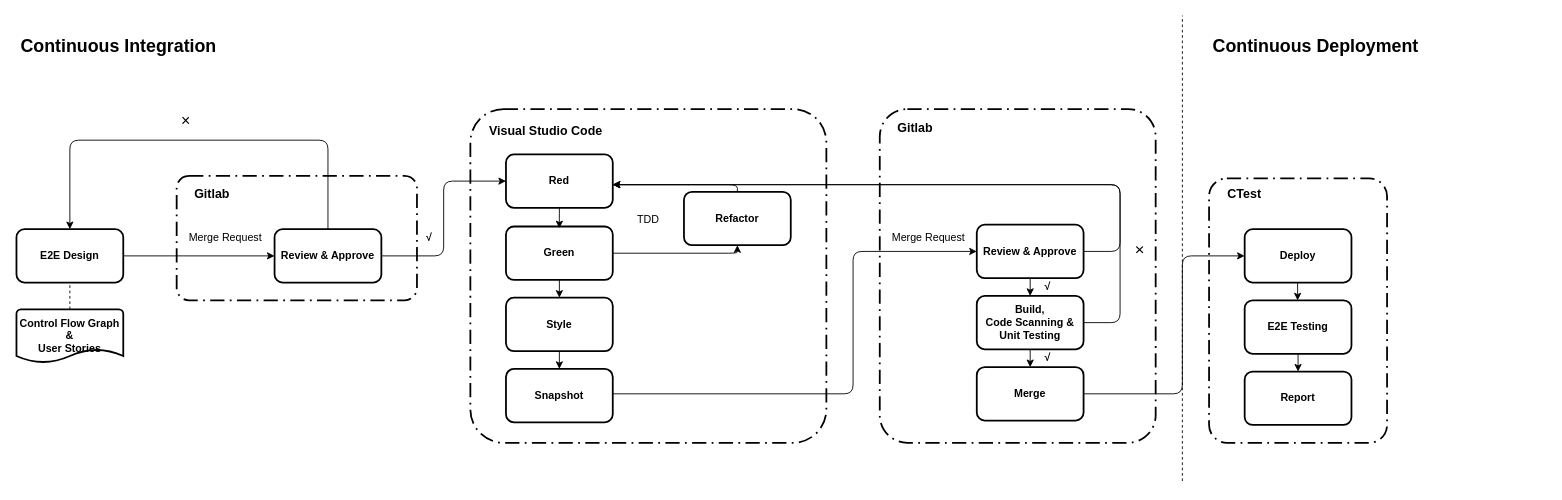
JaneZhang2/halo keeps this draw.io diagram as page "第 1 页" (1 of 6) of 未命名绘图.drawio. Above is the earlier version. Source tidied: cells renumbered, new cells numbered last; positions are measured from the earlier drawing's top-left corner, leaving out a move shared by most shapes. Both pictures are drawn from the tidied source at 89%, with x=0, y=0 at pixel (16, 15).
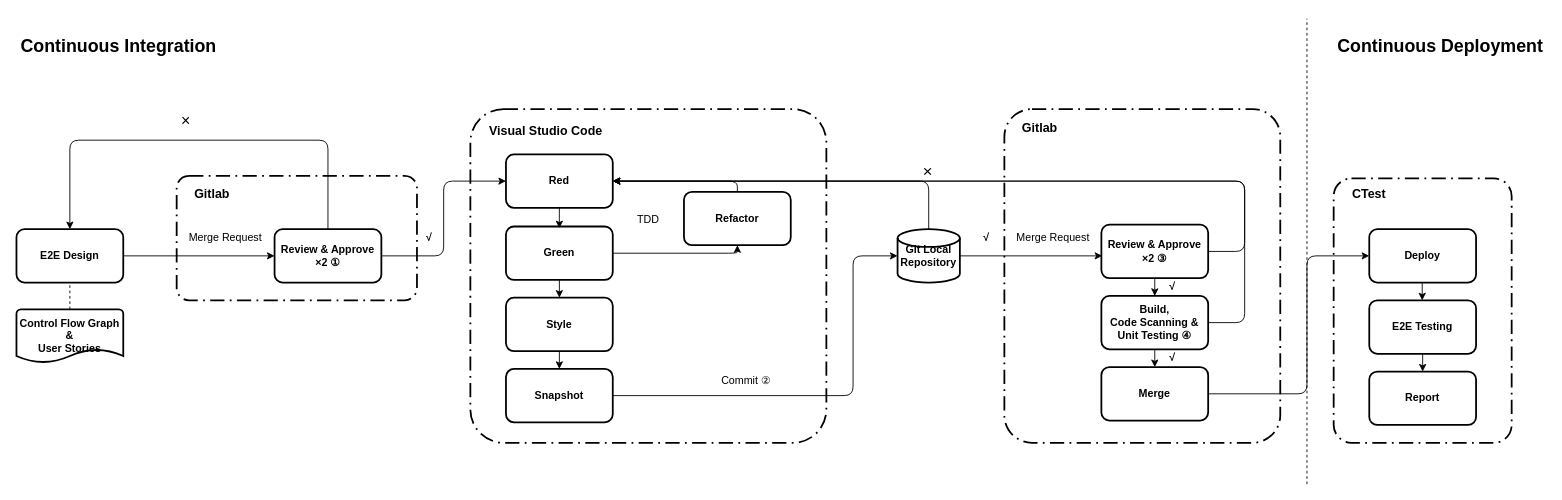
After the change.

Unchanged cells that the change refers to:
```xml
<mxCell id="12" value="&lt;b&gt;Refactor&lt;/b&gt;" style="rounded=1;whiteSpace=wrap;html=1;sketch=0;strokeWidth=2;fillColor=none;" parent="1" vertex="1">
  <mxGeometry x="750" y="198" width="120" height="60" as="geometry" />
</mxCell>
<mxCell id="13" value="&lt;b&gt;Red&lt;/b&gt;" style="rounded=1;whiteSpace=wrap;html=1;sketch=0;strokeWidth=2;fillColor=none;" parent="1" vertex="1">
  <mxGeometry x="550" y="156" width="120" height="60" as="geometry" />
</mxCell>
<mxCell id="39" value="&lt;b&gt;Snapshot&lt;/b&gt;" style="rounded=1;whiteSpace=wrap;html=1;sketch=0;strokeWidth=2;fillColor=none;" parent="1" vertex="1">
  <mxGeometry x="550" y="397" width="120" height="60" as="geometry" />
</mxCell>
```

Change to the diagram source:
```diff
@@
     <mxCell id="3" style="rounded=1;arcSize=10;dashed=1;strokeColor=#000000;fillColor=none;gradientColor=none;dashPattern=8 3 1 3;strokeWidth=2;sketch=0;" parent="1" vertex="1">
-      <mxGeometry x="1340" y="183" width="200" height="297" as="geometry" />
+      <mxGeometry x="1480" y="183" width="200" height="297" as="geometry" />
     </mxCell>
@@
     <mxCell id="5" style="rounded=1;arcSize=10;dashed=1;strokeColor=#000000;fillColor=none;gradientColor=none;dashPattern=8 3 1 3;strokeWidth=2;sketch=0;" parent="1" vertex="1">
-      <mxGeometry x="970" y="105" width="310" height="375" as="geometry" />
+      <mxGeometry x="1110" y="105" width="310" height="375" as="geometry" />
     </mxCell>
@@
-    <mxCell id="8" value="&lt;b&gt;Review &amp;amp; Approve&lt;/b&gt;" style="rounded=1;whiteSpace=wrap;html=1;sketch=0;strokeWidth=2;fillColor=none;" parent="1" vertex="1">
+    <mxCell id="8" value="&lt;b&gt;Review &amp;amp; Approve&lt;br&gt;&lt;/b&gt;&lt;font style=&quot;font-size: 12px&quot;&gt;&lt;b&gt;×2 ①&lt;/b&gt;&lt;/font&gt;&lt;b&gt;&lt;br&gt;&lt;/b&gt;" style="rounded=1;whiteSpace=wrap;html=1;sketch=0;strokeWidth=2;fillColor=none;" parent="1" vertex="1">
       <mxGeometry x="290" y="240" width="120" height="60" as="geometry" />
     </mxCell>
@@
-    <mxCell id="15" value="&lt;b&gt;Build,&lt;br&gt;Code Scanning &amp;amp; Unit Testing&lt;br&gt;&lt;/b&gt;" style="rounded=1;whiteSpace=wrap;html=1;sketch=0;strokeWidth=2;fillColor=none;" parent="1" vertex="1">
-      <mxGeometry x="1079" y="315" width="120" height="60" as="geometry" />
+    <mxCell id="15" value="&lt;b&gt;Build,&lt;br&gt;Code Scanning &amp;amp; Unit Testing ④&lt;br&gt;&lt;/b&gt;" style="rounded=1;whiteSpace=wrap;html=1;sketch=0;strokeWidth=2;fillColor=none;" parent="1" vertex="1">
+      <mxGeometry x="1219" y="315" width="120" height="60" as="geometry" />
     </mxCell>
     <mxCell id="16" value="Merge Request" style="text;html=1;strokeColor=none;fillColor=none;align=center;verticalAlign=middle;whiteSpace=wrap;rounded=0;sketch=0;" parent="1" vertex="1">
-      <mxGeometry x="980" y="240" width="90" height="20" as="geometry" />
+      <mxGeometry x="1120" y="240" width="90" height="20" as="geometry" />
     </mxCell>
@@
-    <mxCell id="20" value="&lt;b&gt;Review &amp;amp; Approve&lt;/b&gt;" style="rounded=1;whiteSpace=wrap;html=1;sketch=0;strokeWidth=2;fillColor=none;" parent="1" vertex="1">
-      <mxGeometry x="1079" y="235" width="120" height="60" as="geometry" />
+    <mxCell id="20" value="&lt;b&gt;Review &amp;amp; Approve&lt;br&gt;&lt;/b&gt;&lt;b&gt;×2 ③&lt;/b&gt;&lt;b&gt;&lt;br&gt;&lt;/b&gt;" style="rounded=1;whiteSpace=wrap;html=1;sketch=0;strokeWidth=2;fillColor=none;" parent="1" vertex="1">
+      <mxGeometry x="1219" y="235" width="120" height="60" as="geometry" />
     </mxCell>
     <mxCell id="21" value="&lt;b&gt;Merge&lt;/b&gt;" style="rounded=1;whiteSpace=wrap;html=1;sketch=0;strokeWidth=2;fillColor=none;" parent="1" vertex="1">
-      <mxGeometry x="1079" y="395" width="120" height="60" as="geometry" />
+      <mxGeometry x="1219" y="395" width="120" height="60" as="geometry" />
     </mxCell>
@@
-    <mxCell id="25" value="&lt;font style=&quot;font-size: 18px&quot;&gt;×&lt;/font&gt;" style="text;html=1;align=center;verticalAlign=middle;rotation=90;" parent="1" vertex="1">
-      <mxGeometry x="1247" y="253" width="30" height="20" as="geometry" />
-    </mxCell>
     <mxCell id="26" value="&lt;b&gt;&lt;font style=&quot;font-size: 14px&quot;&gt;Gitlab&lt;/font&gt;&lt;/b&gt;" style="text;html=1;strokeColor=none;fillColor=none;align=center;verticalAlign=middle;whiteSpace=wrap;rounded=0;sketch=0;" parent="1" vertex="1">
-      <mxGeometry x="990" y="116" width="40" height="20" as="geometry" />
+      <mxGeometry x="1130" y="116" width="40" height="20" as="geometry" />
     </mxCell>
     <mxCell id="27" value="&lt;b&gt;E2E Testing&lt;/b&gt;" style="rounded=1;whiteSpace=wrap;html=1;sketch=0;strokeWidth=2;fillColor=none;" parent="1" vertex="1">
-      <mxGeometry x="1380" y="320" width="120" height="60" as="geometry" />
+      <mxGeometry x="1520" y="320" width="120" height="60" as="geometry" />
     </mxCell>
     <mxCell id="28" value="&lt;b&gt;Deploy&lt;/b&gt;" style="rounded=1;whiteSpace=wrap;html=1;sketch=0;strokeWidth=2;fillColor=none;" parent="1" vertex="1">
-      <mxGeometry x="1380" y="240" width="120" height="60" as="geometry" />
+      <mxGeometry x="1520" y="240" width="120" height="60" as="geometry" />
     </mxCell>
-    <mxCell id="29" value="&lt;b&gt;&lt;font style=&quot;font-size: 12px&quot;&gt;√&lt;/font&gt;&lt;/b&gt;" style="text;html=1;strokeColor=none;fillColor=none;align=center;verticalAlign=middle;whiteSpace=wrap;rounded=0;sketch=0;" parent="1" vertex="1">
-      <mxGeometry x="1139" y="295" width="40" height="20" as="geometry" />
+    <mxCell id="29" value="&lt;b&gt;√&lt;/b&gt;" style="text;html=1;strokeColor=none;fillColor=none;align=center;verticalAlign=middle;whiteSpace=wrap;rounded=0;sketch=0;" parent="1" vertex="1">
+      <mxGeometry x="1279" y="295" width="40" height="20" as="geometry" />
     </mxCell>
-    <mxCell id="30" value="&lt;b&gt;&lt;font style=&quot;font-size: 12px&quot;&gt;√&lt;/font&gt;&lt;/b&gt;" style="text;html=1;strokeColor=none;fillColor=none;align=center;verticalAlign=middle;whiteSpace=wrap;rounded=0;sketch=0;" parent="1" vertex="1">
-      <mxGeometry x="1139" y="375" width="40" height="20" as="geometry" />
+    <mxCell id="30" value="&lt;b&gt;√&lt;/b&gt;" style="text;html=1;strokeColor=none;fillColor=none;align=center;verticalAlign=middle;whiteSpace=wrap;rounded=0;sketch=0;" parent="1" vertex="1">
+      <mxGeometry x="1279" y="375" width="40" height="20" as="geometry" />
     </mxCell>
     <mxCell id="31" value="&lt;b&gt;&lt;font style=&quot;font-size: 14px&quot;&gt;CTest&lt;/font&gt;&lt;/b&gt;" style="text;html=1;strokeColor=none;fillColor=none;align=center;verticalAlign=middle;whiteSpace=wrap;rounded=0;sketch=0;" parent="1" vertex="1">
-      <mxGeometry x="1360" y="190" width="40" height="20" as="geometry" />
+      <mxGeometry x="1500" y="190" width="40" height="20" as="geometry" />
     </mxCell>
@@
     <mxCell id="33" value="&lt;font style=&quot;font-size: 20px&quot;&gt;&lt;b&gt;Continuous Deployment&lt;/b&gt;&lt;/font&gt;" style="text;html=1;strokeColor=none;fillColor=none;align=center;verticalAlign=middle;whiteSpace=wrap;rounded=0;sketch=0;" parent="1" vertex="1">
-      <mxGeometry x="1340" y="23" width="240" height="20" as="geometry" />
+      <mxGeometry x="1480" y="23" width="240" height="20" as="geometry" />
     </mxCell>
     <mxCell id="34" style="endArrow=classic;html=1;" parent="1" edge="1">
       <mxGeometry relative="1" as="geometry">
-        <mxPoint x="1439.5" y="300" as="sourcePoint" />
-        <mxPoint x="1439.5" y="320" as="targetPoint" />
+        <mxPoint x="1579.5" y="300" as="sourcePoint" />
+        <mxPoint x="1579.5" y="320" as="targetPoint" />
       </mxGeometry>
     </mxCell>
@@
-    <mxCell id="42" style="edgeStyle=elbowEdgeStyle;elbow=horizontal;endArrow=classic;html=1;" parent="1" edge="1" target="20">
+    <mxCell id="42" style="edgeStyle=elbowEdgeStyle;elbow=horizontal;endArrow=classic;html=1;exitX=1;exitY=0.5;exitDx=0;exitDy=0;entryX=0;entryY=0.5;entryDx=0;entryDy=0;entryPerimeter=0;" parent="1" edge="1" source="39" target="52">
       <mxGeometry relative="1" as="geometry">
-        <mxPoint x="670" y="425" as="sourcePoint" />
         <Array as="points">
           <mxPoint x="940" y="350" />
         </Array>
       </mxGeometry>
     </mxCell>
     <mxCell id="43" style="edgeStyle=elbowEdgeStyle;elbow=horizontal;endArrow=classic;html=1;exitX=1;exitY=0.5;exitDx=0;exitDy=0;" parent="1" edge="1" source="20">
       <mxGeometry relative="1" as="geometry">
-        <mxPoint x="670" y="190" as="targetPoint" />
+        <mxPoint x="670" y="186" as="targetPoint" />
         <Array as="points">
-          <mxPoint x="1240" y="250" />
+          <mxPoint x="1380" y="230" />
         </Array>
       </mxGeometry>
     </mxCell>
-    <mxCell id="44" style="edgeStyle=elbowEdgeStyle;elbow=horizontal;endArrow=classic;html=1;exitX=1;exitY=0.5;exitDx=0;exitDy=0;" parent="1" edge="1" source="15">
+    <mxCell id="44" style="edgeStyle=elbowEdgeStyle;elbow=horizontal;endArrow=classic;html=1;exitX=0.5;exitY=0;exitDx=0;exitDy=0;exitPerimeter=0;" parent="1" edge="1">
       <mxGeometry relative="1" as="geometry">
-        <mxPoint x="670" y="190" as="targetPoint" />
+        <mxPoint x="1025" y="241" as="sourcePoint" />
+        <mxPoint x="670" y="186" as="targetPoint" />
         <Array as="points">
-          <mxPoint x="1240" y="270" />
+          <mxPoint x="1025" y="216" />
         </Array>
       </mxGeometry>
     </mxCell>
     <mxCell id="45" style="edgeStyle=elbowEdgeStyle;elbow=horizontal;endArrow=classic;html=1;exitX=1;exitY=0.5;exitDx=0;exitDy=0;entryX=0;entryY=0.5;entryDx=0;entryDy=0;" parent="1" edge="1" source="21" target="28">
       <mxGeometry relative="1" as="geometry">
         <Array as="points">
-          <mxPoint x="1310" y="350" />
+          <mxPoint x="1450" y="350" />
         </Array>
       </mxGeometry>
     </mxCell>
     <mxCell id="46" value="&lt;b&gt;Report&lt;/b&gt;" style="rounded=1;whiteSpace=wrap;html=1;sketch=0;strokeWidth=2;fillColor=none;" parent="1" vertex="1">
-      <mxGeometry x="1380" y="400" width="120" height="60" as="geometry" />
+      <mxGeometry x="1520" y="400" width="120" height="60" as="geometry" />
     </mxCell>
@@
     <mxCell id="48" style="endArrow=none;dashed=1;html=1;" parent="1" edge="1">
       <mxGeometry relative="1" as="geometry">
-        <mxPoint x="1310" y="523" as="sourcePoint" />
-        <mxPoint x="1310" as="targetPoint" />
+        <mxPoint x="1450" y="526.5" as="sourcePoint" />
+        <mxPoint x="1450" y="3.5" as="targetPoint" />
       </mxGeometry>
     </mxCell>
-    <mxCell id="49" style="edgeStyle=segmentEdgeStyle;endArrow=classic;html=1;entryX=1;entryY=0.5;entryDx=0;entryDy=0;exitX=0.5;exitY=0;exitDx=0;exitDy=0;" parent="1" edge="1" source="12">
+    <mxCell id="49" style="edgeStyle=segmentEdgeStyle;endArrow=classic;html=1;entryX=1;entryY=0.5;entryDx=0;entryDy=0;" parent="1" edge="1" source="12">
       <mxGeometry relative="1" as="geometry">
-        <mxPoint x="670" y="190" as="targetPoint" />
+        <mxPoint x="670" y="186" as="targetPoint" />
         <Array as="points">
-          <mxPoint x="810" y="190" />
+          <mxPoint x="810" y="186" />
         </Array>
       </mxGeometry>
     </mxCell>
@@
+    <mxCell id="52" value="&lt;b&gt;Git Local Repository&lt;/b&gt;" style="strokeWidth=2;html=1;shape=mxgraph.flowchart.database;whiteSpace=wrap;" parent="1" vertex="1">
+      <mxGeometry x="990" y="240" width="70" height="60" as="geometry" />
+    </mxCell>
+    <mxCell id="53" value="Commit ②" style="text;html=1;strokeColor=none;fillColor=none;align=center;verticalAlign=middle;whiteSpace=wrap;rounded=0;" parent="1" vertex="1">
+      <mxGeometry x="790" y="400" width="60" height="20" as="geometry" />
+    </mxCell>
+    <mxCell id="54" value="&lt;b&gt;&lt;font style=&quot;font-size: 12px&quot;&gt;√&lt;/font&gt;&lt;/b&gt;" style="text;html=1;strokeColor=none;fillColor=none;align=center;verticalAlign=middle;whiteSpace=wrap;rounded=0;sketch=0;" parent="1" vertex="1">
+      <mxGeometry x="1070" y="240" width="40" height="20" as="geometry" />
+    </mxCell>
+    <mxCell id="25" value="&lt;font style=&quot;font-size: 18px&quot;&gt;×&lt;/font&gt;" style="text;html=1;align=center;verticalAlign=middle;rotation=90;" parent="1" vertex="1">
+      <mxGeometry x="1009" y="165" width="30" height="20" as="geometry" />
+    </mxCell>
+    <mxCell id="55" style="edgeStyle=elbowEdgeStyle;elbow=vertical;endArrow=classic;html=1;strokeWidth=1;exitX=1;exitY=0.5;exitDx=0;exitDy=0;entryX=1;entryY=0.5;entryDx=0;entryDy=0;" parent="1" edge="1" source="15" target="13">
+      <mxGeometry relative="1" as="geometry">
+        <Array as="points">
+          <mxPoint x="1380" y="220" />
+        </Array>
+      </mxGeometry>
+    </mxCell>
+    <mxCell id="56" style="endArrow=classic;html=1;strokeWidth=1;entryX=0.008;entryY=0.617;entryDx=0;entryDy=0;entryPerimeter=0;" parent="1" edge="1">
+      <mxGeometry relative="1" as="geometry">
+        <mxPoint x="1060" y="270" as="sourcePoint" />
+        <mxPoint x="1220" y="270" as="targetPoint" />
+      </mxGeometry>
+    </mxCell>
```
